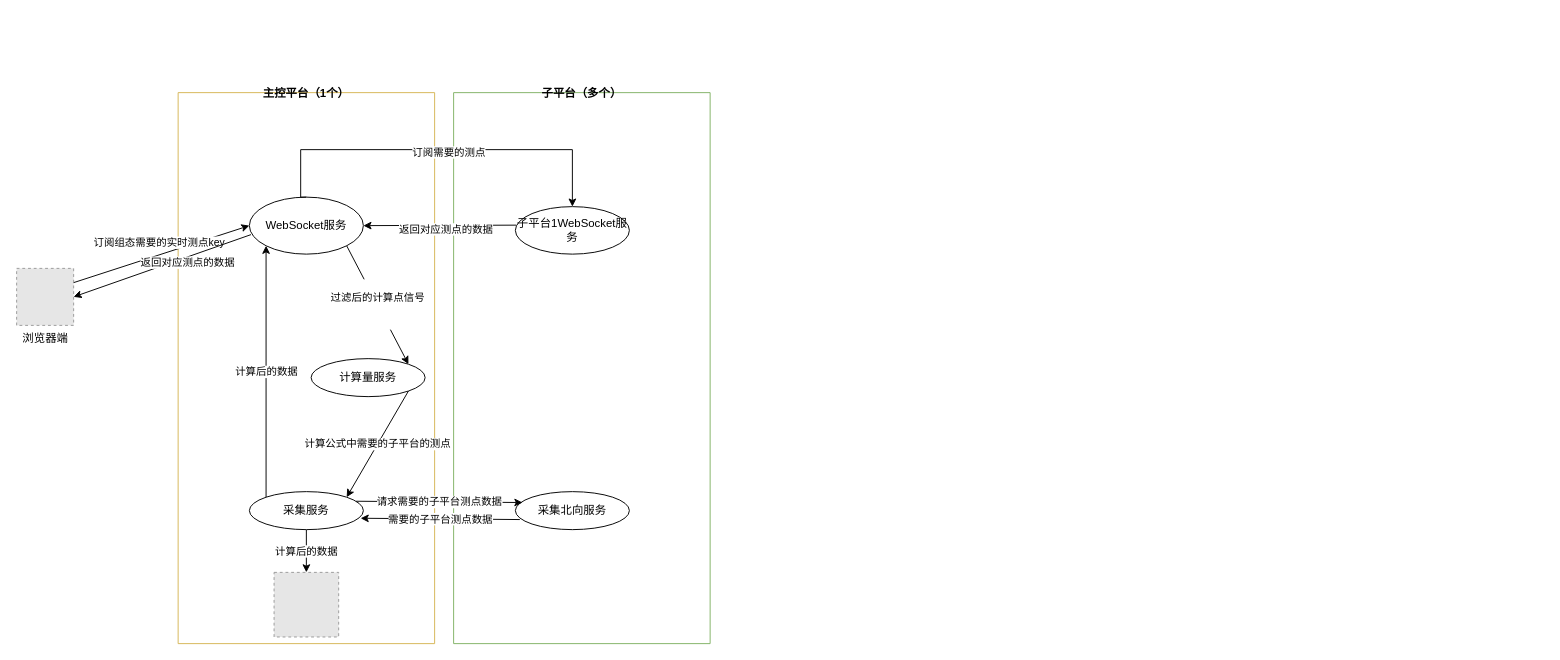
Before: test.drawio in Jarris3154/drawios, a draw.io diagram. Source tidied: cells renumbered, new cells numbered last; positions are measured from the earlier drawing's top-left corner, leaving out a move shared by most shapes. Both pictures are drawn from the tidied source at 95%, with x=0, y=0 at pixel (16, 92). Pictures stored in the file or linked from it are replaced by grey dashed boxes.
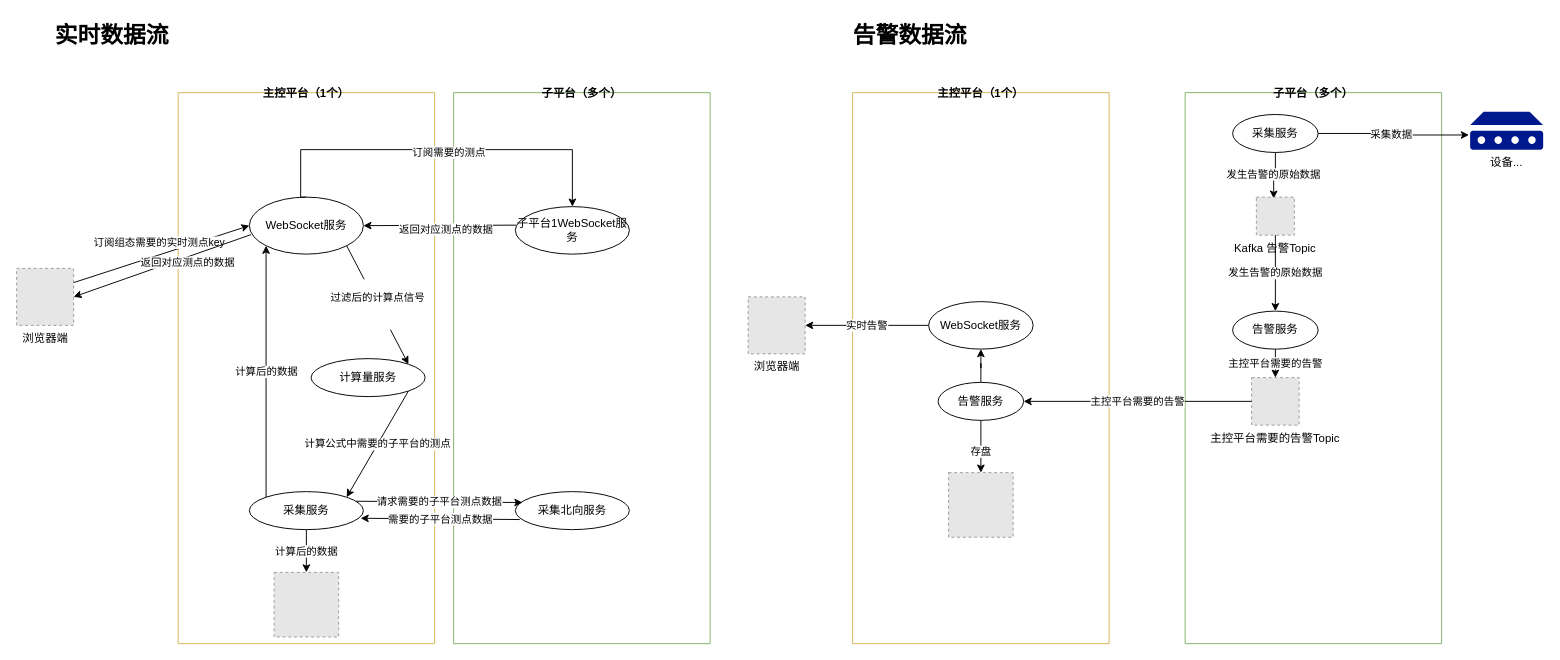
Above is the later version.

Commit message:
增加告警数据流

The edit, as a diff of the source:
```diff
@@
+    <mxCell id="25" value="子平台（多个）" style="swimlane;startSize=0;swimlaneLine=1;fillColor=#d5e8d4;strokeColor=#82b366;" parent="1" vertex="1">
+      <mxGeometry x="1230" width="270" height="580" as="geometry" />
+    </mxCell>
+    <mxCell id="26" value="发生告警的原始数据" style="edgeStyle=orthogonalEdgeStyle;rounded=0;jettySize=auto;html=1;entryX=0.456;entryY=0.039;entryDx=0;entryDy=0;entryPerimeter=0;exitX=0.5;exitY=1;exitDx=0;exitDy=0;" parent="25" edge="1" source="27" target="28">
+      <mxGeometry relative="1" as="geometry" />
+    </mxCell>
+    <mxCell id="27" value="采集服务" style="ellipse;whiteSpace=wrap;html=1;" parent="25" vertex="1">
+      <mxGeometry x="50" y="23" width="90" height="40" as="geometry" />
+    </mxCell>
+    <mxCell id="28" value="Kafka 告警Topic" style="fillColor=#E6E6E6;strokeColor=#999999;dashed=1;verticalLabelPosition=bottom;verticalAlign=top;" parent="25" vertex="1">
+      <mxGeometry x="75" y="110" width="40" height="40" as="geometry" />
+    </mxCell>
+    <mxCell id="29" value="主控平台需要的告警" style="edgeStyle=orthogonalEdgeStyle;rounded=0;jettySize=auto;html=1;entryX=0.5;entryY=0;entryDx=0;entryDy=0;" parent="25" edge="1" source="30" target="32">
+      <mxGeometry relative="1" as="geometry" />
+    </mxCell>
+    <mxCell id="30" value="告警服务" style="ellipse;whiteSpace=wrap;html=1;" parent="25" vertex="1">
+      <mxGeometry x="50" y="230" width="90" height="40" as="geometry" />
+    </mxCell>
+    <mxCell id="31" value="发生告警的原始数据" style="edgeStyle=orthogonalEdgeStyle;rounded=0;jettySize=auto;html=1;entryX=0.5;entryY=0;entryDx=0;entryDy=0;" parent="25" edge="1" source="28" target="30">
+      <mxGeometry relative="1" as="geometry" />
+    </mxCell>
+    <mxCell id="32" value="主控平台需要的告警Topic" style="fillColor=#E6E6E6;strokeColor=#999999;dashed=1;verticalLabelPosition=bottom;verticalAlign=top;align=center;" parent="25" vertex="1">
+      <mxGeometry x="70" y="300" width="50" height="50" as="geometry" />
+    </mxCell>
+    <mxCell id="33" value="实时数据流" style="text;strokeColor=none;fillColor=none;html=1;fontSize=24;fontStyle=1;verticalAlign=middle;align=center;" parent="1" vertex="1">
+      <mxGeometry x="30" y="-80" width="140" height="40" as="geometry" />
+    </mxCell>
+    <mxCell id="34" value="告警数据流" style="text;strokeColor=none;fillColor=none;html=1;fontSize=24;fontStyle=1;verticalAlign=middle;align=center;" parent="1" vertex="1">
+      <mxGeometry x="870" y="-80" width="140" height="40" as="geometry" />
+    </mxCell>
+    <mxCell id="35" value="设备..." style="shadow=0;dashed=0;html=1;strokeColor=none;labelPosition=center;verticalLabelPosition=bottom;verticalAlign=top;align=center;fillColor=#00188D;shape=mxgraph.mscae.enterprise.device;" parent="1" vertex="1">
+      <mxGeometry x="1530" y="20" width="76.9" height="40" as="geometry" />
+    </mxCell>
+    <mxCell id="36" style="edgeStyle=orthogonalEdgeStyle;rounded=0;jettySize=auto;html=1;entryX=-0.016;entryY=0.615;entryDx=0;entryDy=0;entryPerimeter=0;" parent="1" edge="1" source="27" target="35">
+      <mxGeometry relative="1" as="geometry" />
+    </mxCell>
+    <mxCell id="37" value="采集数据" style="edgeLabel;html=1;align=center;verticalAlign=middle;" parent="36" vertex="1">
+      <mxGeometry x="-0.12" relative="1" as="geometry">
+        <mxPoint x="5" as="offset" />
+      </mxGeometry>
+    </mxCell>
+    <mxCell id="38" value="主控平台（1个）" style="swimlane;startSize=0;fillColor=#fff2cc;strokeColor=#d6b656;" parent="1" vertex="1">
+      <mxGeometry x="880" width="270" height="580" as="geometry" />
+    </mxCell>
+    <mxCell id="39" style="edgeStyle=orthogonalEdgeStyle;rounded=0;jettySize=auto;html=1;entryX=0.5;entryY=0;entryDx=0;entryDy=0;" parent="38" edge="1" source="42" target="43">
+      <mxGeometry relative="1" as="geometry" />
+    </mxCell>
+    <mxCell id="40" value="存盘" style="edgeLabel;html=1;align=center;verticalAlign=middle;" parent="39" vertex="1">
+      <mxGeometry x="0.15" y="-1" relative="1" as="geometry" />
+    </mxCell>
+    <mxCell id="41" style="edgeStyle=orthogonalEdgeStyle;rounded=0;jettySize=auto;html=1;entryX=0.5;entryY=1;entryDx=0;entryDy=0;" parent="38" edge="1" source="42" target="44">
+      <mxGeometry relative="1" as="geometry" />
+    </mxCell>
+    <mxCell id="42" value="告警服务" style="ellipse;whiteSpace=wrap;html=1;" parent="38" vertex="1">
+      <mxGeometry x="90" y="305" width="90" height="40" as="geometry" />
+    </mxCell>
+    <mxCell id="43" style="fillColor=#E6E6E6;strokeColor=#999999;dashed=1;html=1;verticalAlign=top;verticalLabelPosition=bottom;labelBackgroundColor=#ffffff;" parent="38" vertex="1">
+      <mxGeometry x="101" y="400" width="68" height="68" as="geometry" />
+    </mxCell>
+    <mxCell id="44" value="WebSocket服务" style="ellipse;whiteSpace=wrap;html=1;" parent="38" vertex="1">
+      <mxGeometry x="80" y="220" width="110" height="50" as="geometry" />
+    </mxCell>
+    <mxCell id="45" value="主控平台需要的告警" style="edgeStyle=orthogonalEdgeStyle;rounded=0;jettySize=auto;html=1;entryX=1;entryY=0.5;entryDx=0;entryDy=0;" parent="1" edge="1" source="32" target="42">
+      <mxGeometry relative="1" as="geometry" />
+    </mxCell>
+    <mxCell id="46" value="浏览器端" style="fillColor=#E6E6E6;strokeColor=#999999;dashed=1;html=1;verticalAlign=top;verticalLabelPosition=bottom;labelBackgroundColor=#ffffff;" parent="1" vertex="1">
+      <mxGeometry x="770" y="215" width="60" height="60" as="geometry" />
+    </mxCell>
+    <mxCell id="47" value="实时告警" style="edgeStyle=orthogonalEdgeStyle;rounded=0;jettySize=auto;html=1;entryX=1;entryY=0.5;entryDx=0;entryDy=0;" parent="1" edge="1" source="44" target="46">
+      <mxGeometry relative="1" as="geometry" />
+    </mxCell>
```
